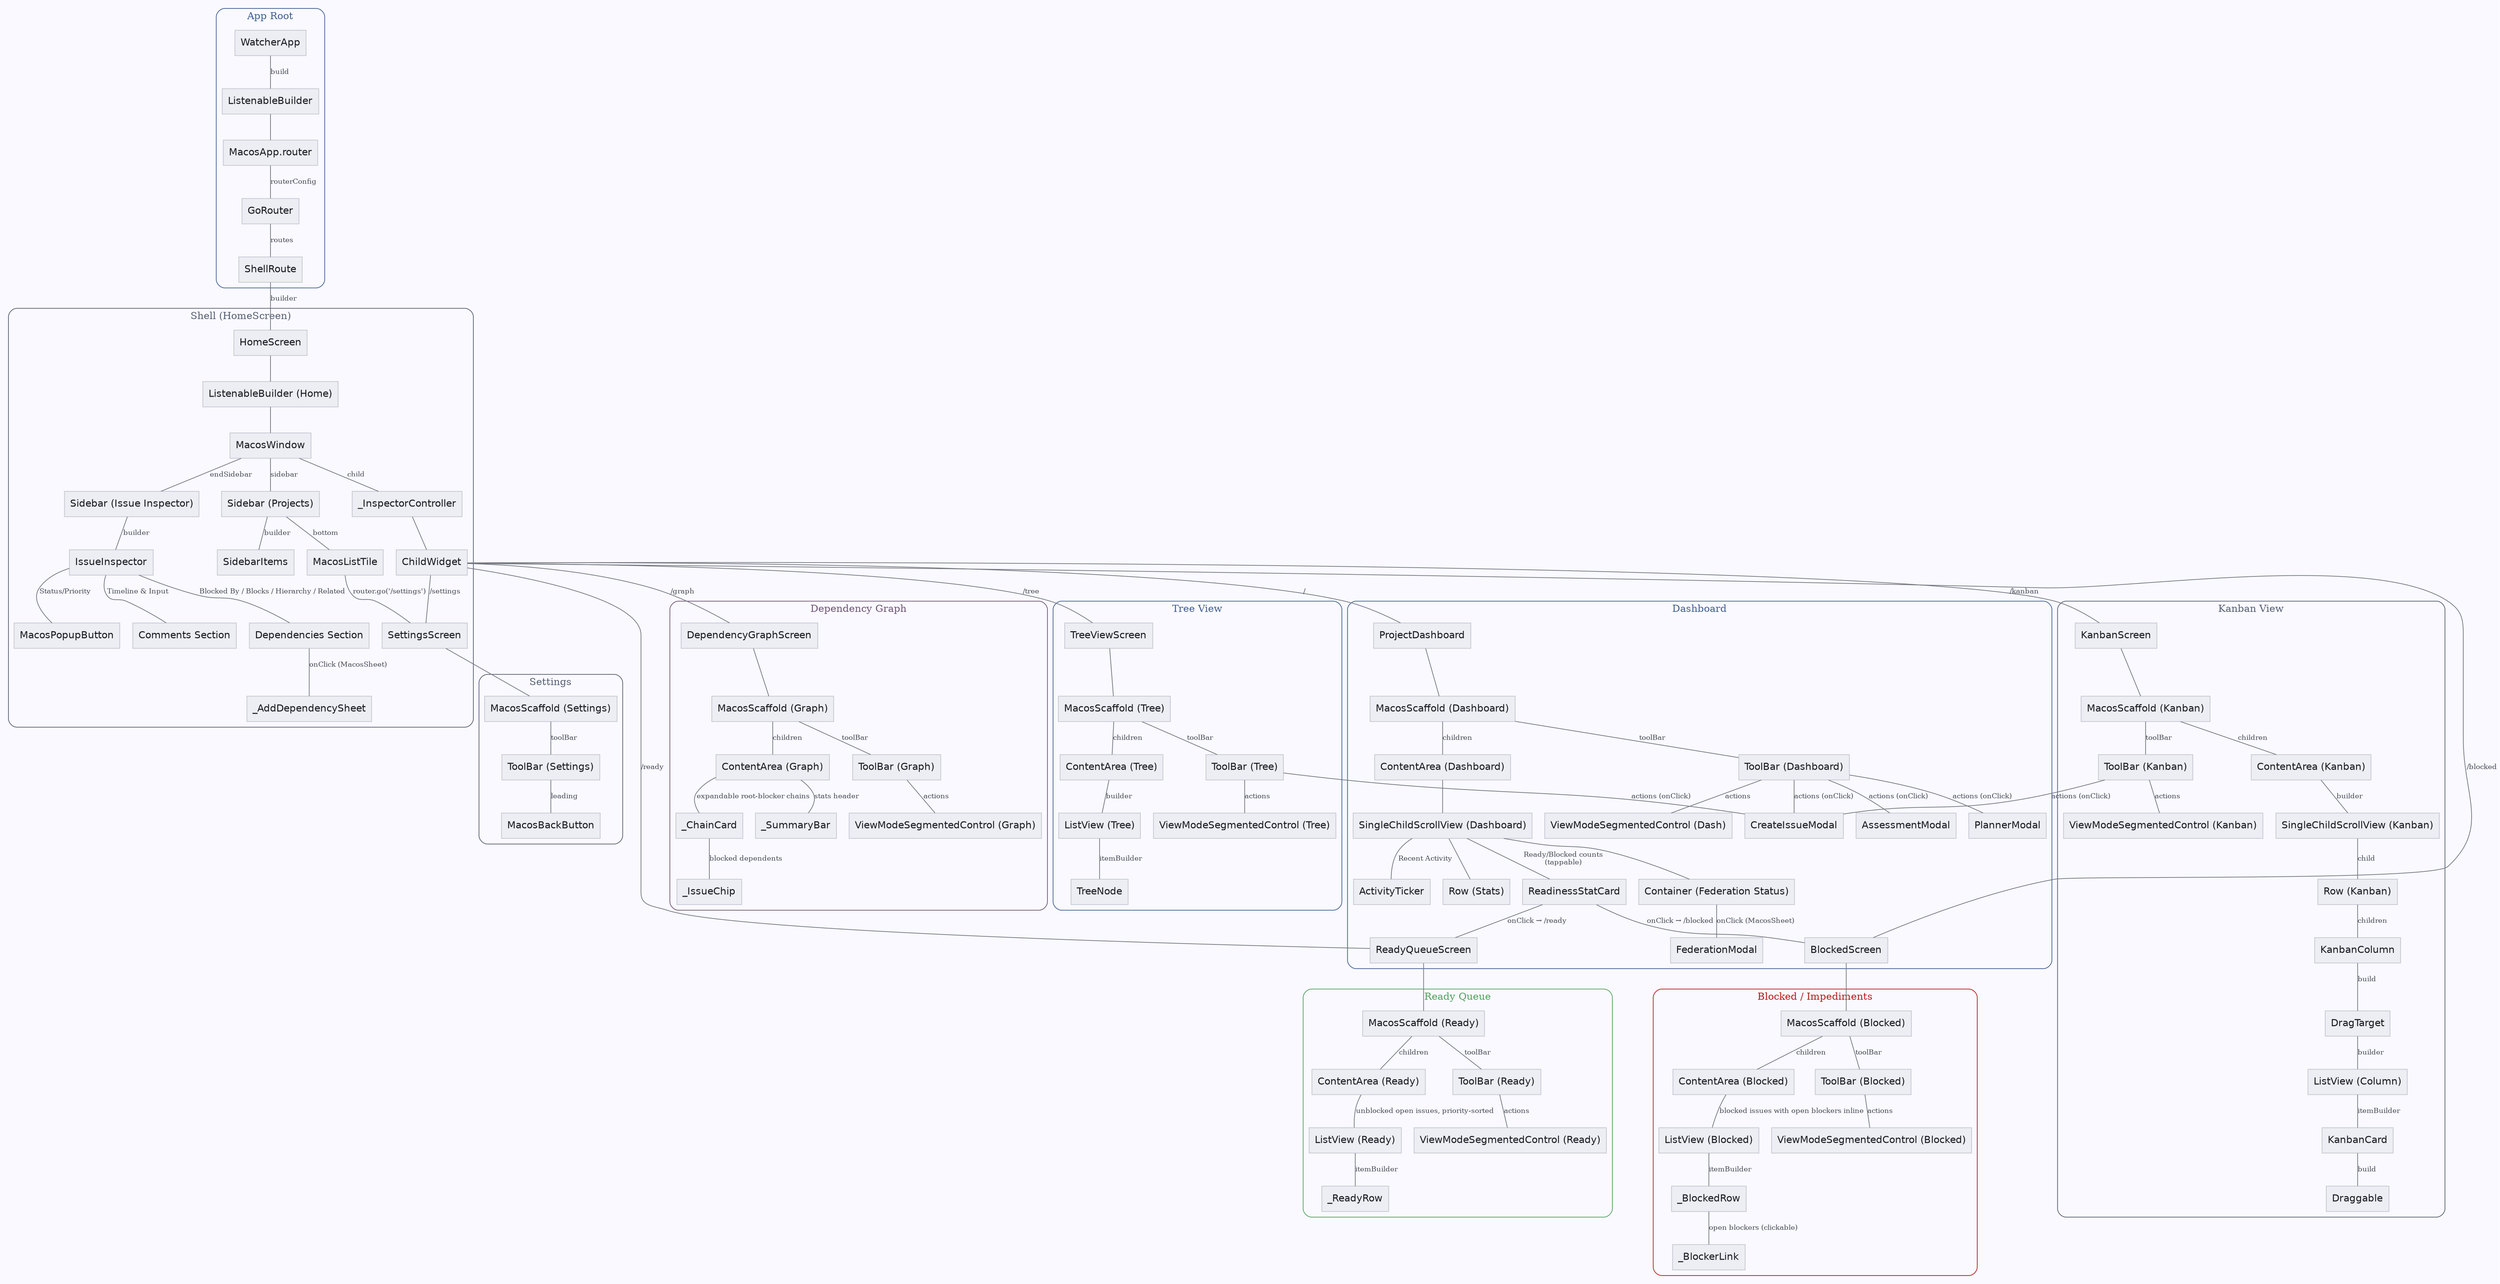
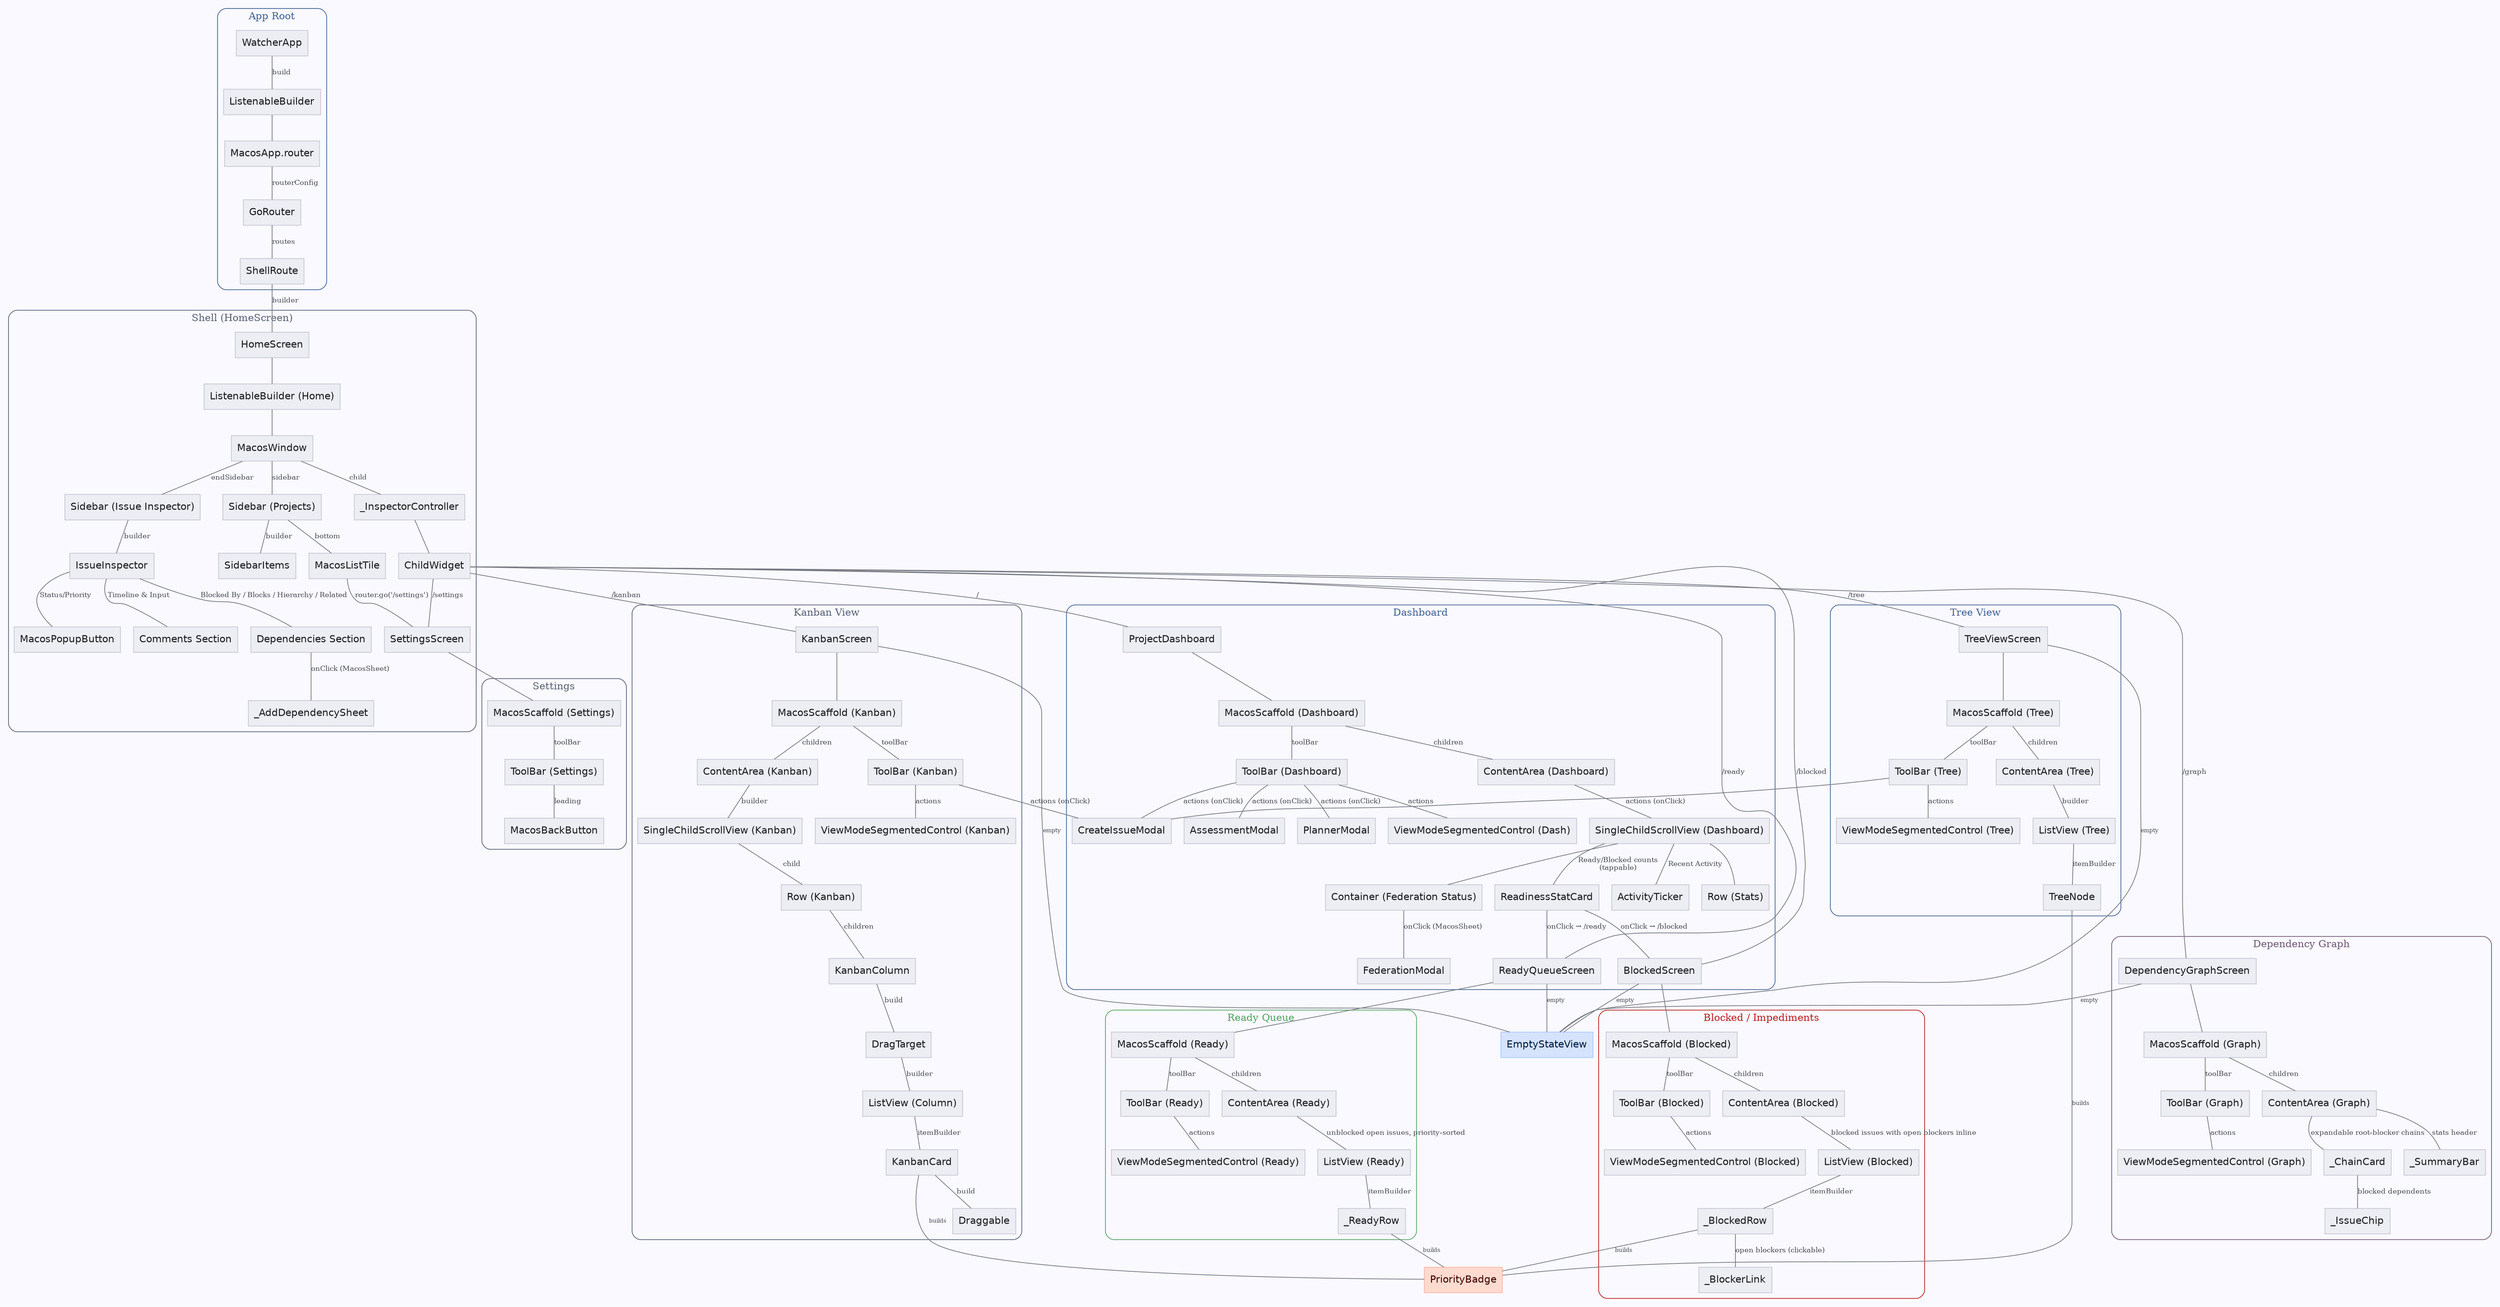
digraph G {
    node [shape=box, style=filled, fillcolor="#EDEDF4", color="#C4C6D0", fontname="Helvetica", fontcolor="#191C20"];
    edge [dir=none, color="#74777F"];
    bgcolor="#F9F9FF";
+ 
+     PriorityBadge [shape=box, style=filled, fillcolor="#FFDBCF", color="#FFB4A2", fontname="Helvetica", fontcolor="#410002"];
+     EmptyStateView [shape=box, style=filled, fillcolor="#D6E3FF", color="#A8C7FA", fontname="Helvetica", fontcolor="#001B3D"];

    subgraph cluster_app {
        label="App Root";
        style=rounded;
        color="#415F91";
        fontcolor="#415F91";

        WatcherApp -> ListenableBuilder [label="build", fontcolor="#44474E", fontsize=10];
        ListenableBuilder -> "MacosApp.router";
        "MacosApp.router" -> GoRouter [label="routerConfig", fontcolor="#44474E", fontsize=10];
        GoRouter -> ShellRoute [label="routes", fontcolor="#44474E", fontsize=10];
    }

    subgraph cluster_shell {
        label="Shell (HomeScreen)";
        style=rounded;
        color="#565F71";
        fontcolor="#565F71";

        ShellRoute -> HomeScreen [label="builder", fontcolor="#44474E", fontsize=10];
        HomeScreen -> "ListenableBuilder (Home)";
        "ListenableBuilder (Home)" -> MacosWindow;

        MacosWindow -> "Sidebar (Projects)" [label="sidebar", fontcolor="#44474E", fontsize=10];
        "Sidebar (Projects)" -> SidebarItems [label="builder", fontcolor="#44474E", fontsize=10];
        "Sidebar (Projects)" -> MacosListTile [label="bottom", fontcolor="#44474E", fontsize=10];
        MacosListTile -> SettingsScreen [label="router.go('/settings')", fontcolor="#44474E", fontsize=10];

        MacosWindow -> "Sidebar (Issue Inspector)" [label="endSidebar", fontcolor="#44474E", fontsize=10];
        "Sidebar (Issue Inspector)" -> IssueInspector [label="builder", fontcolor="#44474E", fontsize=10];
        IssueInspector -> MacosPopupButton [label="Status/Priority", fontcolor="#44474E", fontsize=10];
        IssueInspector -> "Dependencies Section" [label="Blocked By / Blocks / Hierarchy / Related", fontcolor="#44474E", fontsize=10];
        "Dependencies Section" -> _AddDependencySheet [label="onClick (MacosSheet)", fontcolor="#44474E", fontsize=10];
        IssueInspector -> "Comments Section" [label="Timeline & Input", fontcolor="#44474E", fontsize=10];

        MacosWindow -> _InspectorController [label="child", fontcolor="#44474E", fontsize=10];
        _InspectorController -> ChildWidget;
    }

    ChildWidget -> ProjectDashboard [label="/", fontcolor="#44474E", fontsize=10];
    ChildWidget -> TreeViewScreen [label="/tree", fontcolor="#44474E", fontsize=10];
    ChildWidget -> KanbanScreen [label="/kanban", fontcolor="#44474E", fontsize=10];
    ChildWidget -> ReadyQueueScreen [label="/ready", fontcolor="#44474E", fontsize=10];
    ChildWidget -> BlockedScreen [label="/blocked", fontcolor="#44474E", fontsize=10];
    ChildWidget -> DependencyGraphScreen [label="/graph", fontcolor="#44474E", fontsize=10];
    ChildWidget -> SettingsScreen [label="/settings", fontcolor="#44474E", fontsize=10];

    subgraph cluster_dashboard {
        label="Dashboard";
        style=rounded;
        color="#415F91";
        fontcolor="#415F91";

        ProjectDashboard -> "MacosScaffold (Dashboard)";
        "MacosScaffold (Dashboard)" -> "ToolBar (Dashboard)" [label="toolBar", fontcolor="#44474E", fontsize=10];
        "MacosScaffold (Dashboard)" -> "ContentArea (Dashboard)" [label="children", fontcolor="#44474E", fontsize=10];
        "ContentArea (Dashboard)" -> "SingleChildScrollView (Dashboard)";
        "SingleChildScrollView (Dashboard)" -> "Row (Stats)";
        "SingleChildScrollView (Dashboard)" -> "ReadinessStatCard" [label="Ready/Blocked counts\n(tappable)", fontcolor="#44474E", fontsize=10];
        "ReadinessStatCard" -> ReadyQueueScreen [label="onClick → /ready", fontcolor="#44474E", fontsize=10];
        "ReadinessStatCard" -> BlockedScreen [label="onClick → /blocked", fontcolor="#44474E", fontsize=10];
        "SingleChildScrollView (Dashboard)" -> "Container (Federation Status)";
        "Container (Federation Status)" -> FederationModal [label="onClick (MacosSheet)", fontcolor="#44474E", fontsize=10];
        "SingleChildScrollView (Dashboard)" -> ActivityTicker [label="Recent Activity", fontcolor="#44474E", fontsize=10];
        "ToolBar (Dashboard)" -> "ViewModeSegmentedControl (Dash)" [label="actions", fontcolor="#44474E", fontsize=10];
        "ToolBar (Dashboard)" -> CreateIssueModal [label="actions (onClick)", fontcolor="#44474E", fontsize=10];
        "ToolBar (Dashboard)" -> AssessmentModal [label="actions (onClick)", fontcolor="#44474E", fontsize=10];
        "ToolBar (Dashboard)" -> PlannerModal [label="actions (onClick)", fontcolor="#44474E", fontsize=10];
    }

    subgraph cluster_ready {
        label="Ready Queue";
        style=rounded;
        color="#51A15E";
        fontcolor="#51A15E";

        ReadyQueueScreen -> "MacosScaffold (Ready)";
        "MacosScaffold (Ready)" -> "ToolBar (Ready)" [label="toolBar", fontcolor="#44474E", fontsize=10];
        "MacosScaffold (Ready)" -> "ContentArea (Ready)" [label="children", fontcolor="#44474E", fontsize=10];
        "ContentArea (Ready)" -> "ListView (Ready)" [label="unblocked open issues, priority-sorted", fontcolor="#44474E", fontsize=10];
        "ListView (Ready)" -> _ReadyRow [label="itemBuilder", fontcolor="#44474E", fontsize=10];
        "ToolBar (Ready)" -> "ViewModeSegmentedControl (Ready)" [label="actions", fontcolor="#44474E", fontsize=10];
    }

    subgraph cluster_blocked {
        label="Blocked / Impediments";
        style=rounded;
        color="#BA1A1A";
        fontcolor="#BA1A1A";

        BlockedScreen -> "MacosScaffold (Blocked)";
        "MacosScaffold (Blocked)" -> "ToolBar (Blocked)" [label="toolBar", fontcolor="#44474E", fontsize=10];
        "MacosScaffold (Blocked)" -> "ContentArea (Blocked)" [label="children", fontcolor="#44474E", fontsize=10];
        "ContentArea (Blocked)" -> "ListView (Blocked)" [label="blocked issues with open blockers inline", fontcolor="#44474E", fontsize=10];
        "ListView (Blocked)" -> _BlockedRow [label="itemBuilder", fontcolor="#44474E", fontsize=10];
        _BlockedRow -> _BlockerLink [label="open blockers (clickable)", fontcolor="#44474E", fontsize=10];
        "ToolBar (Blocked)" -> "ViewModeSegmentedControl (Blocked)" [label="actions", fontcolor="#44474E", fontsize=10];
    }

    subgraph cluster_graph {
        label="Dependency Graph";
        style=rounded;
        color="#705575";
        fontcolor="#705575";

        DependencyGraphScreen -> "MacosScaffold (Graph)";
        "MacosScaffold (Graph)" -> "ToolBar (Graph)" [label="toolBar", fontcolor="#44474E", fontsize=10];
        "MacosScaffold (Graph)" -> "ContentArea (Graph)" [label="children", fontcolor="#44474E", fontsize=10];
        "ContentArea (Graph)" -> _SummaryBar [label="stats header", fontcolor="#44474E", fontsize=10];
        "ContentArea (Graph)" -> _ChainCard [label="expandable root-blocker chains", fontcolor="#44474E", fontsize=10];
        _ChainCard -> _IssueChip [label="blocked dependents", fontcolor="#44474E", fontsize=10];
        "ToolBar (Graph)" -> "ViewModeSegmentedControl (Graph)" [label="actions", fontcolor="#44474E", fontsize=10];
    }

    subgraph cluster_settings {
        label="Settings";
        style=rounded;
        color="#565F71";
        fontcolor="#565F71";

        SettingsScreen -> "MacosScaffold (Settings)";
        "MacosScaffold (Settings)" -> "ToolBar (Settings)" [label="toolBar", fontcolor="#44474E", fontsize=10];
        "ToolBar (Settings)" -> MacosBackButton [label="leading", fontcolor="#44474E", fontsize=10];
    }

    subgraph cluster_tree {
        label="Tree View";
        style=rounded;
        color="#415F91";
        fontcolor="#415F91";

        TreeViewScreen -> "MacosScaffold (Tree)";
        "MacosScaffold (Tree)" -> "ToolBar (Tree)" [label="toolBar", fontcolor="#44474E", fontsize=10];
        "MacosScaffold (Tree)" -> "ContentArea (Tree)" [label="children", fontcolor="#44474E", fontsize=10];
        "ContentArea (Tree)" -> "ListView (Tree)" [label="builder", fontcolor="#44474E", fontsize=10];
        "ListView (Tree)" -> TreeNode [label="itemBuilder", fontcolor="#44474E", fontsize=10];
        "ToolBar (Tree)" -> "ViewModeSegmentedControl (Tree)" [label="actions", fontcolor="#44474E", fontsize=10];
        "ToolBar (Tree)" -> CreateIssueModal [label="actions (onClick)", fontcolor="#44474E", fontsize=10];
    }

    subgraph cluster_kanban {
        label="Kanban View";
        style=rounded;
        color="#565F71";
        fontcolor="#565F71";

        KanbanScreen -> "MacosScaffold (Kanban)";
        "MacosScaffold (Kanban)" -> "ToolBar (Kanban)" [label="toolBar", fontcolor="#44474E", fontsize=10];
        "MacosScaffold (Kanban)" -> "ContentArea (Kanban)" [label="children", fontcolor="#44474E", fontsize=10];
        "ContentArea (Kanban)" -> "SingleChildScrollView (Kanban)" [label="builder", fontcolor="#44474E", fontsize=10];
        "SingleChildScrollView (Kanban)" -> "Row (Kanban)" [label="child", fontcolor="#44474E", fontsize=10];
        "Row (Kanban)" -> KanbanColumn [label="children", fontcolor="#44474E", fontsize=10];
        KanbanColumn -> DragTarget [label="build", fontcolor="#44474E", fontsize=10];
        DragTarget -> "ListView (Column)" [label="builder", fontcolor="#44474E", fontsize=10];
        "ListView (Column)" -> KanbanCard [label="itemBuilder", fontcolor="#44474E", fontsize=10];
        KanbanCard -> Draggable [label="build", fontcolor="#44474E", fontsize=10];
        "ToolBar (Kanban)" -> "ViewModeSegmentedControl (Kanban)" [label="actions", fontcolor="#44474E", fontsize=10];
        "ToolBar (Kanban)" -> CreateIssueModal [label="actions (onClick)", fontcolor="#44474E", fontsize=10];
    }
+ 
+     TreeNode -> PriorityBadge [label="builds", fontcolor="#44474E", fontsize=8];
+     KanbanCard -> PriorityBadge [label="builds", fontcolor="#44474E", fontsize=8];
+     _ReadyRow -> PriorityBadge [label="builds", fontcolor="#44474E", fontsize=8];
+     _BlockedRow -> PriorityBadge [label="builds", fontcolor="#44474E", fontsize=8];
+ 
+     TreeViewScreen -> EmptyStateView [label="empty", fontcolor="#44474E", fontsize=8];
+     KanbanScreen -> EmptyStateView [label="empty", fontcolor="#44474E", fontsize=8];
+     ReadyQueueScreen -> EmptyStateView [label="empty", fontcolor="#44474E", fontsize=8];
+     BlockedScreen -> EmptyStateView [label="empty", fontcolor="#44474E", fontsize=8];
+     DependencyGraphScreen -> EmptyStateView [label="empty", fontcolor="#44474E", fontsize=8];
}